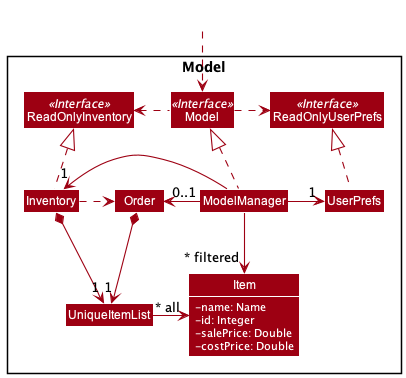
nus-cs2103-AY2122S1/tp keeps this PlantUML diagram as docs/images/ModelClassDiagram.png. Above is the earlier version.
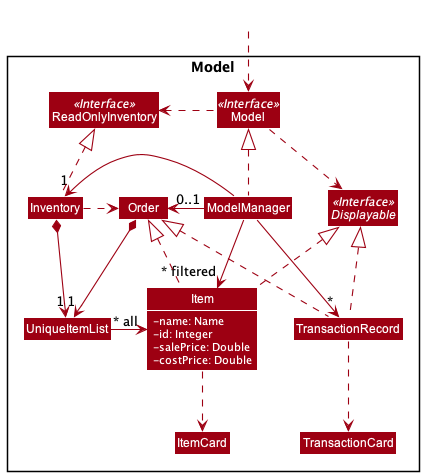
Later version of the same file.

Commit message:
Draw class diagram for Model and Ui

The edit, as a diff of the source:
```diff
@@ -6,16 +6,18 @@
 
 Package Model <<Rectangle>>{
 Interface ReadOnlyInventory <<Interface>>
-Interface ReadOnlyUserPrefs <<Interface>>
 Interface Model <<Interface>>
+Interface Displayable <<Interface>>
 Class Inventory
 Class ReadOnlyInventory
 Class Model
 Class ModelManager
-Class UserPrefs
-Class ReadOnlyUserPrefs
 Class Order
 Class UniqueItemList
+Class TransactionRecord
+Class Item
+Class ItemCard
+Class TransactionCard
 
 Class Item {
     -name: Name
@@ -28,20 +30,34 @@
 Class HiddenOutside #FFFFFF
 HiddenOutside ..> Model
 
-Inventory .up.|> ReadOnlyInventory
+Model .right.> Displayable
+Model .left.> ReadOnlyInventory
 
 ModelManager .up.|> Model
-Model .right.> ReadOnlyUserPrefs
-Model .left.> ReadOnlyInventory
 ModelManager -left-> "1" Inventory
-ModelManager -right-> "1" UserPrefs
-ModelManager -left-> "0..1" Order
+ModelManager -right-> "0..1" Order
+ModelManager --> "*" TransactionRecord
+
 Inventory .right.> Order
-UserPrefs .up.|> ReadOnlyUserPrefs
+
+Inventory .up.|> ReadOnlyInventory
 
 Order *--> "1" UniqueItemList
 Inventory *--> "1" UniqueItemList
+
 UniqueItemList -right-> "~* all" Item
+ModelManager -right->"~* filtered" Item
 
-ModelManager -->"~* filtered" Item
+
+Item .up.|> Displayable
+TransactionRecord -[hidden]right- Item
+TransactionRecord .up.|> Displayable
+
+TransactionRecord .up.|> Order
+Item .up.|> Order
+
+Item .down.> ItemCard
+TransactionRecord .down.> TransactionCard
+
+
 @enduml
```
